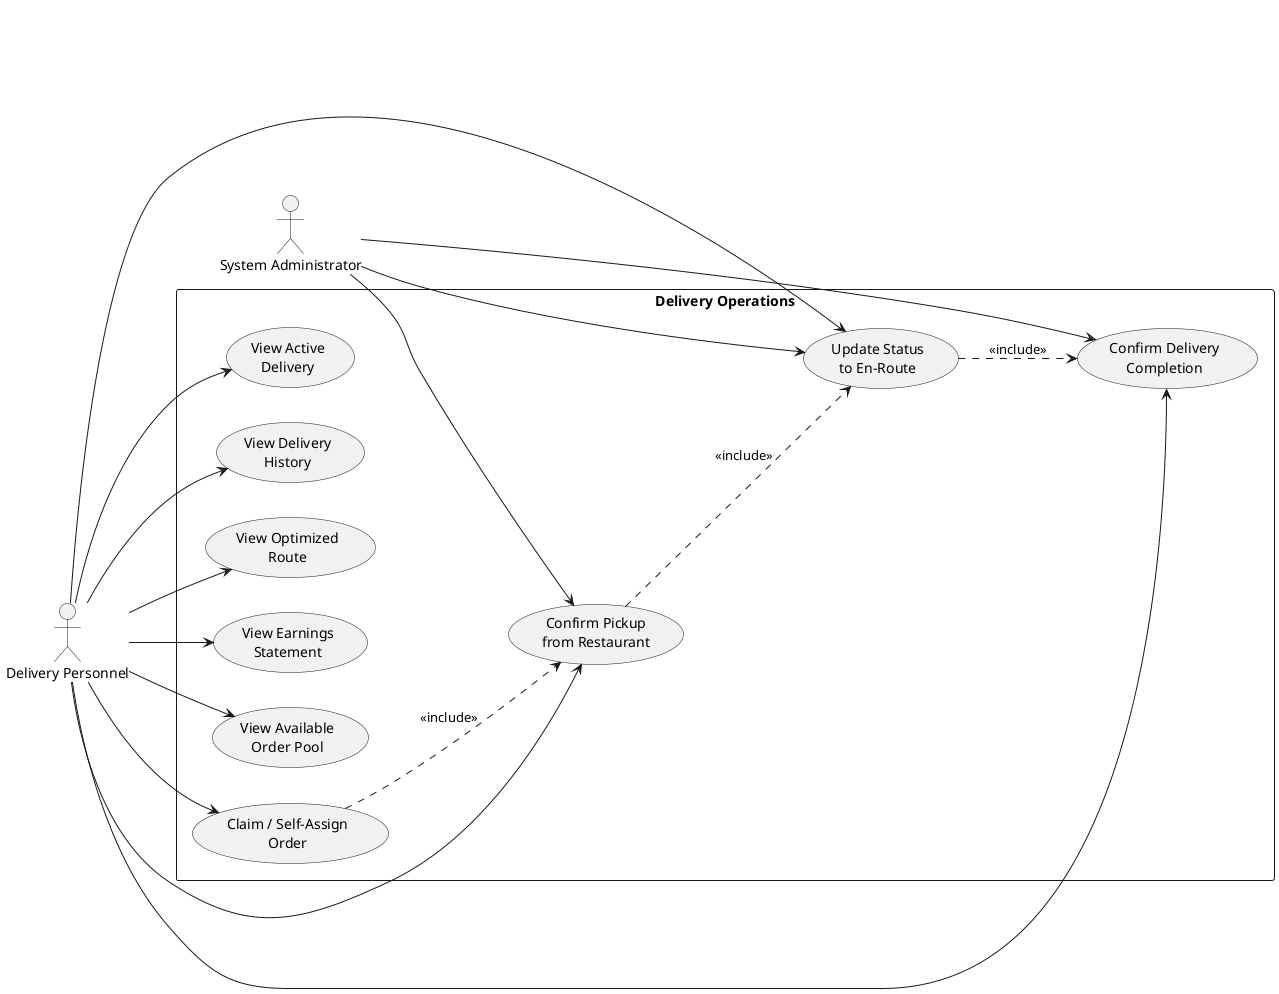
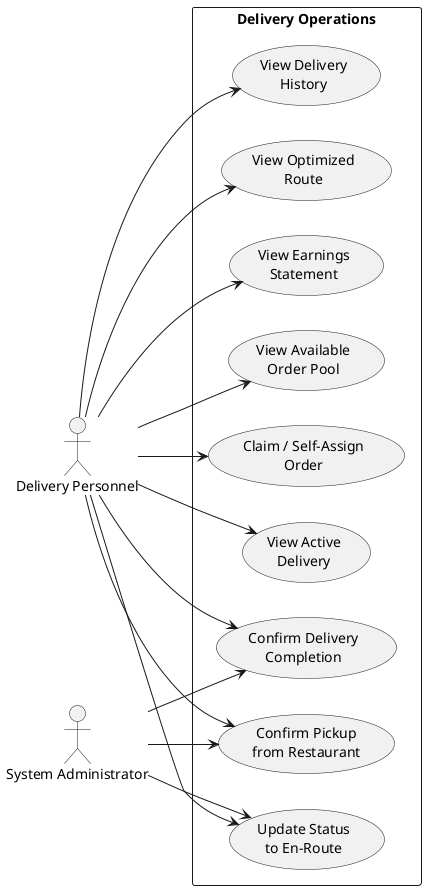
@startuml DeliveryDiagram
left to right direction
skinparam shadowing false

actor "Delivery Personnel" as Shipper
actor "System Administrator" as Admin

rectangle "Delivery Operations" {
  usecase "View Available\nOrder Pool" as UC_SHIP_01
  usecase "Claim / Self-Assign\nOrder" as UC_SHIP_02
  usecase "Confirm Pickup\nfrom Restaurant" as UC_SHIP_03
  usecase "Update Status\nto En-Route" as UC_SHIP_04
  usecase "Confirm Delivery\nCompletion" as UC_SHIP_05
  usecase "View Active\nDelivery" as UC_SHIP_06
  usecase "View Delivery\nHistory" as UC_SHIP_07
  usecase "View Optimized\nRoute" as UC_SHIP_08
  usecase "View Earnings\nStatement" as UC_SHIP_09
}

Shipper --> UC_SHIP_01
Shipper --> UC_SHIP_02
Shipper --> UC_SHIP_03
Shipper --> UC_SHIP_04
Shipper --> UC_SHIP_05
Shipper --> UC_SHIP_06
Shipper --> UC_SHIP_07
Shipper --> UC_SHIP_08
Shipper --> UC_SHIP_09

Admin --> UC_SHIP_03
Admin --> UC_SHIP_04
Admin --> UC_SHIP_05

- UC_SHIP_02 ..> UC_SHIP_03 : <<include>>
- UC_SHIP_03 ..> UC_SHIP_04 : <<include>>
- UC_SHIP_04 ..> UC_SHIP_05 : <<include>>
@enduml